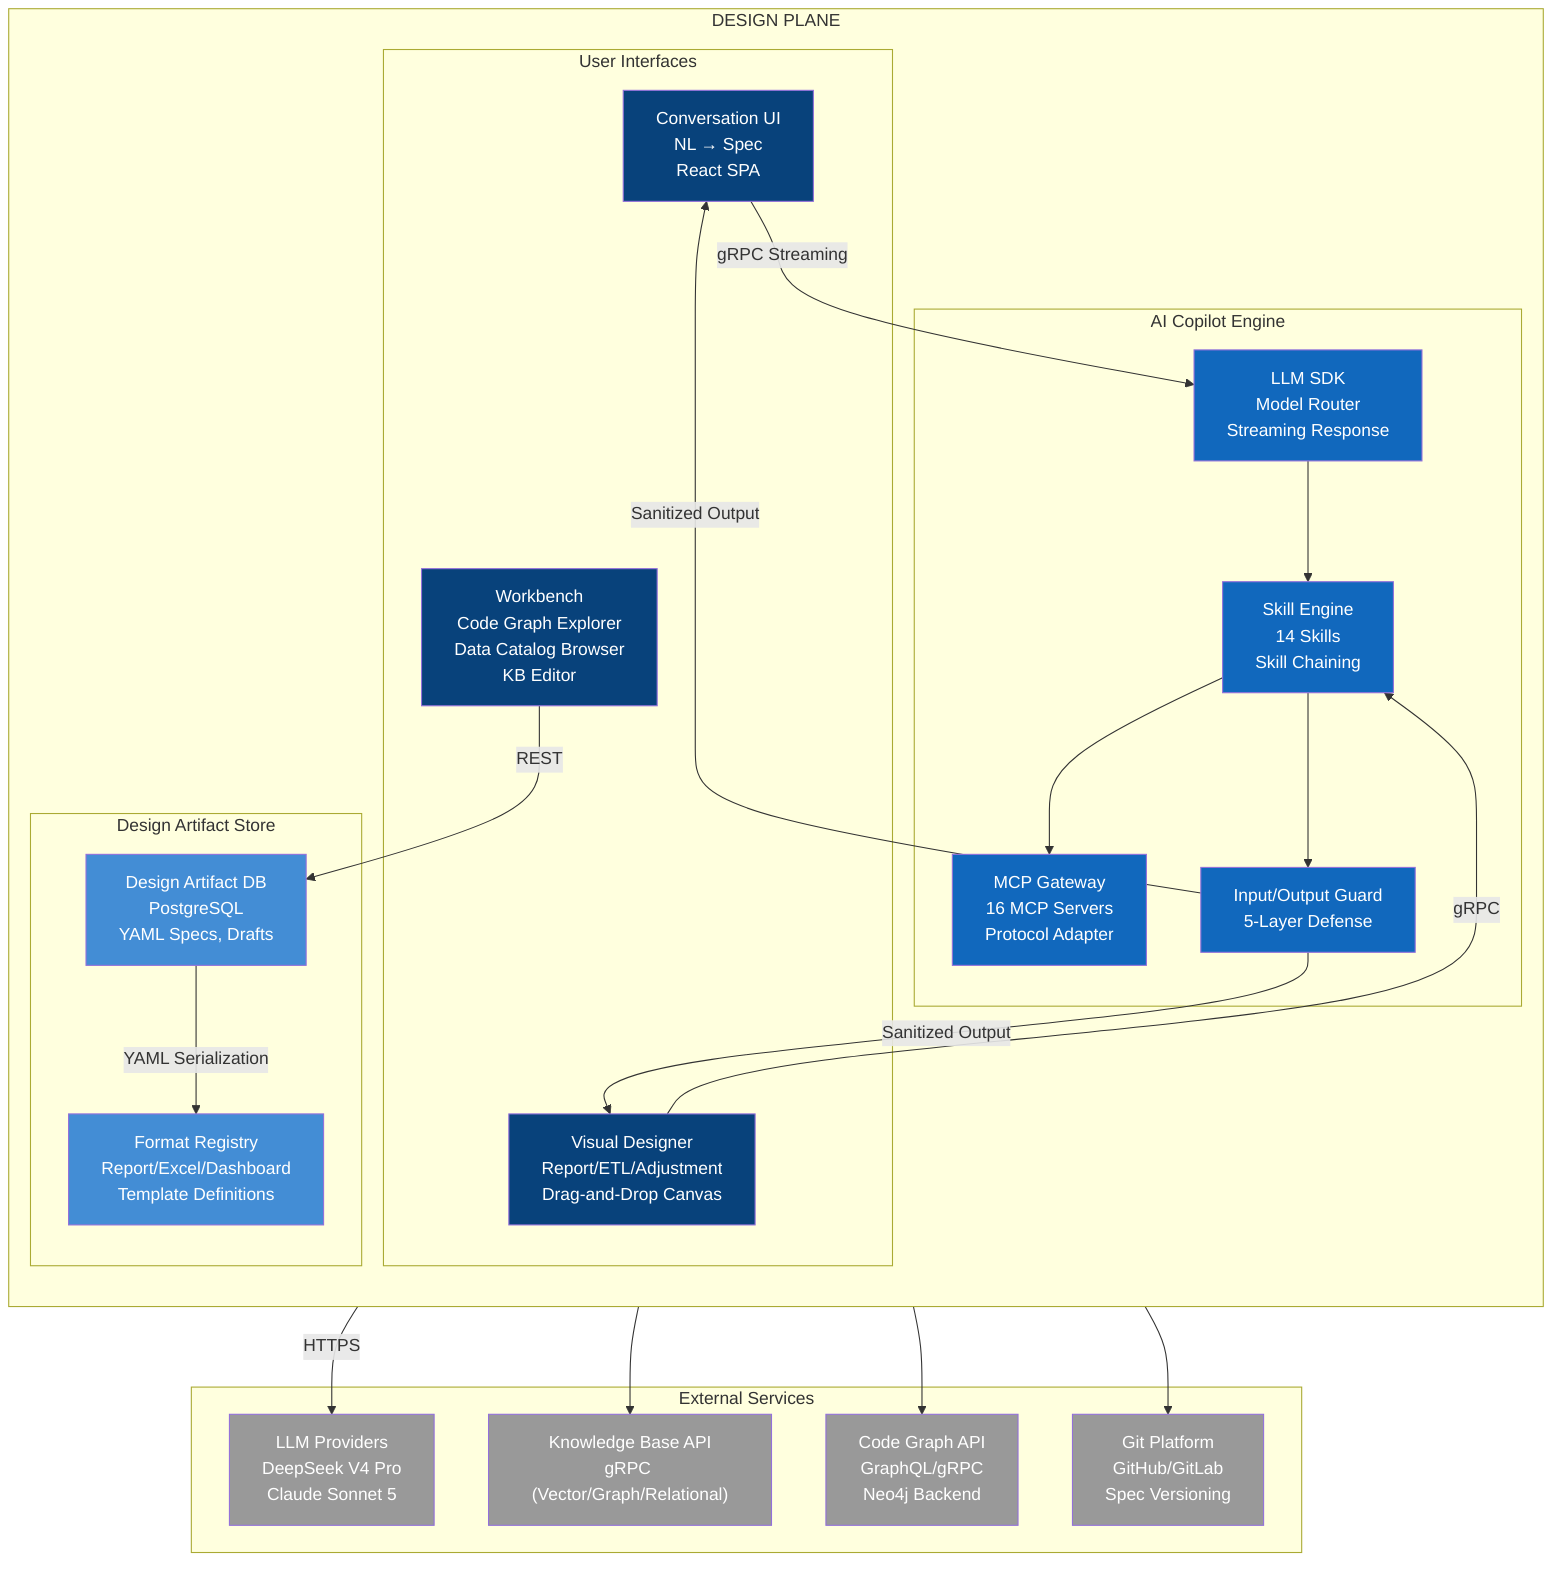
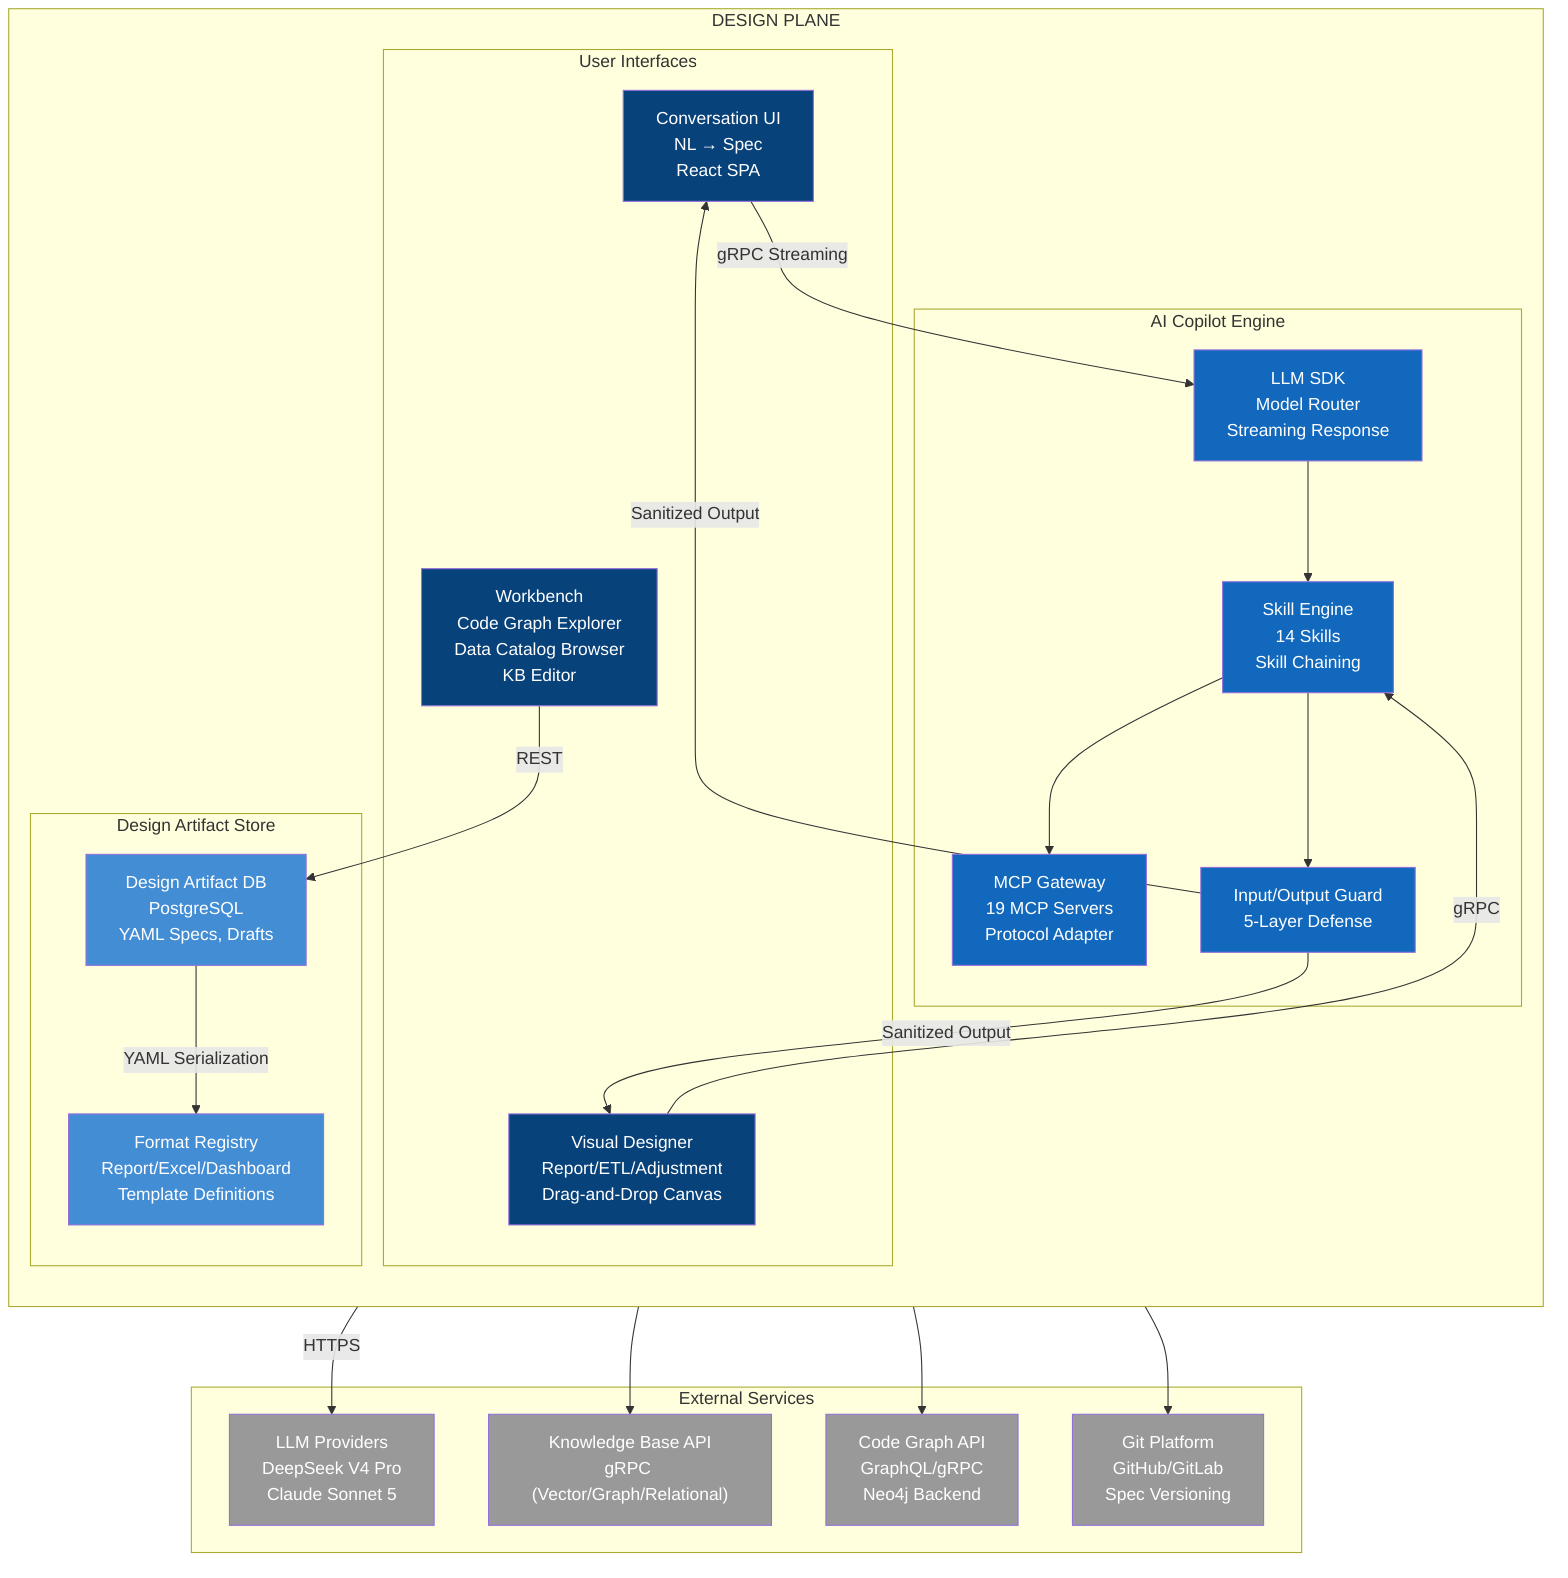
graph TB
%% C4 Component Diagram — llm-reporting Design Plane Detail
%% See docs/architecture/c4-model.md (§15) for System Context and Container levels
    subgraph DP["DESIGN PLANE"]
        direction TB

        subgraph UI["User Interfaces"]
            Conv["Conversation UI<br/>NL → Spec<br/>React SPA"]
            Vis["Visual Designer<br/>Report/ETL/Adjustment<br/>Drag-and-Drop Canvas"]
            WB["Workbench<br/>Code Graph Explorer<br/>Data Catalog Browser<br/>KB Editor"]
        end

        subgraph Core["AI Copilot Engine"]
            SDK["LLM SDK<br/>Model Router<br/>Streaming Response"]
            Skill["Skill Engine<br/>14 Skills<br/>Skill Chaining"]
-             MCP["MCP Gateway<br/>16 MCP Servers<br/>Protocol Adapter"]
+             MCP["MCP Gateway<br/>19 MCP Servers<br/>Protocol Adapter"]
            Guard["Input/Output Guard<br/>5-Layer Defense"]
        end

        subgraph Store["Design Artifact Store"]
            Artifact["Design Artifact DB<br/>PostgreSQL<br/>YAML Specs, Drafts"]
            Format["Format Registry<br/>Report/Excel/Dashboard<br/>Template Definitions"]
        end
    end

    subgraph External["External Services"]
        LLM["LLM Providers<br/>DeepSeek V4 Pro<br/>Claude Sonnet 5"]
        KB["Knowledge Base API<br/>gRPC (Vector/Graph/Relational)"]
        CG["Code Graph API<br/>GraphQL/gRPC<br/>Neo4j Backend"]
        Git["Git Platform<br/>GitHub/GitLab<br/>Spec Versioning"]
    end

    Conv -->|"gRPC Streaming"| SDK
    Vis -->|"gRPC"| Skill
    WB -->|"REST"| Artifact

    SDK -->|"HTTPS"| LLM
    SDK --> Skill
    Skill --> MCP
    Skill --> Guard
    MCP --> KB
    MCP --> CG
    MCP --> Git

    Artifact -->|"YAML Serialization"| Format
    Guard -->|"Sanitized Output"| Conv
    Guard -->|"Sanitized Output"| Vis

    classDef ui fill:#08427b,color:#fff
    classDef core fill:#1168bd,color:#fff
    classDef store fill:#438dd5,color:#fff
    classDef external fill:#999,color:#fff

    class Conv,Vis,WB ui
    class SDK,Skill,MCP,Guard core
    class Artifact,Format store
    class LLM,KB,CG,Git external
